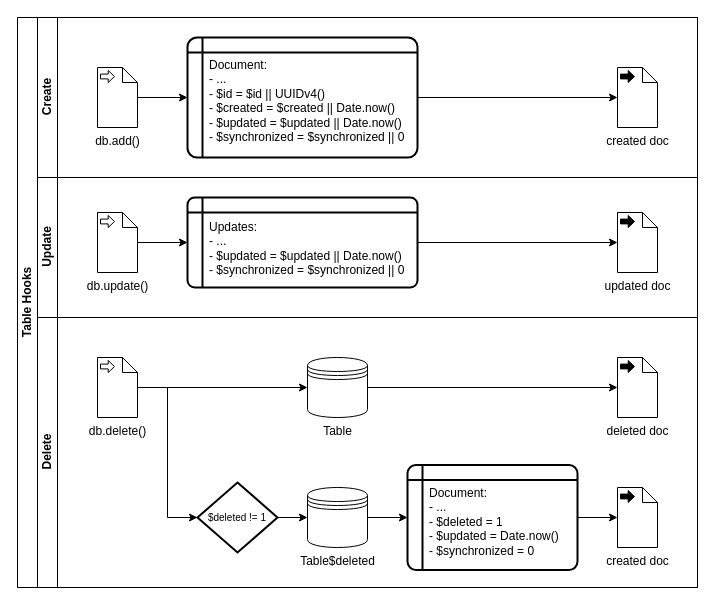
This is flowchart-hooks.drawio from scriptPilot/dexie-mysql-sync, a draw.io file, before an edit. Source tidied: cells renumbered, new cells numbered last; positions are measured from the earlier drawing's top-left corner, leaving out a move shared by most shapes. Both pictures are drawn from the tidied source at 100%, with x=0, y=0 at pixel (17, 17).
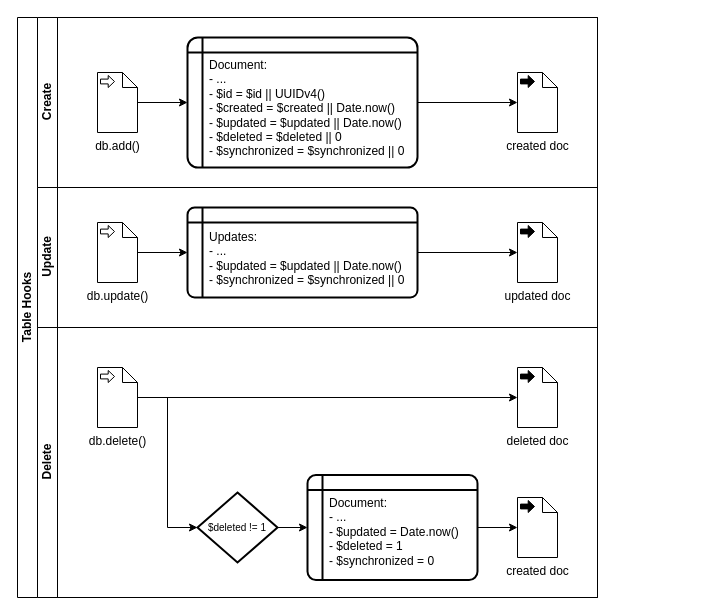
Above is the later version.

Commit message (it also covers changes not shown here):
harmonize code and flowcharts

The change refers to these unchanged cells:
```xml
<mxCell id="17" value="db.delete()" style="shape=mxgraph.bpmn.data;labelPosition=center;verticalLabelPosition=bottom;align=center;verticalAlign=top;size=15;html=1;bpmnTransferType=input;" parent="15" vertex="1">
  <mxGeometry x="60" y="40" width="40" height="60" as="geometry" />
</mxCell>
<mxCell id="25" value="$deleted != 1" style="strokeWidth=2;html=1;shape=mxgraph.flowchart.decision;whiteSpace=wrap;fontSize=10;" parent="15" vertex="1">
  <mxGeometry x="160" y="165" width="80" height="70" as="geometry" />
</mxCell>
```

What changed in the source:
```diff
@@
     <mxCell id="2" value="Table Hooks" style="swimlane;html=1;horizontal=0;startSize=20;whiteSpace=wrap;" parent="1" vertex="1">
-      <mxGeometry width="680" height="570" as="geometry" />
+      <mxGeometry width="580" height="580" as="geometry" />
     </mxCell>
     <mxCell id="3" value="Create" style="swimlane;html=1;startSize=20;horizontal=0;" parent="2" vertex="1">
-      <mxGeometry x="20" width="660" height="160" as="geometry" />
+      <mxGeometry x="20" width="560" height="170" as="geometry" />
     </mxCell>
     <mxCell id="4" value="created doc" style="shape=mxgraph.bpmn.data;labelPosition=center;verticalLabelPosition=bottom;align=center;verticalAlign=top;size=15;html=1;bpmnTransferType=output;" parent="3" vertex="1">
-      <mxGeometry x="580" y="50" width="40" height="60" as="geometry" />
+      <mxGeometry x="480" y="55" width="40" height="60" as="geometry" />
     </mxCell>
@@
     <mxCell id="6" value="db.add()" style="shape=mxgraph.bpmn.data;labelPosition=center;verticalLabelPosition=bottom;align=center;verticalAlign=top;size=15;html=1;bpmnTransferType=input;" parent="3" vertex="1">
-      <mxGeometry x="60" y="50" width="40" height="60" as="geometry" />
+      <mxGeometry x="60" y="55" width="40" height="60" as="geometry" />
     </mxCell>
-    <mxCell id="7" value="Document:&lt;br&gt;- ...&lt;br&gt;- $id = $id || UUIDv4()&lt;br&gt;- $created = $created || Date.now()&lt;br&gt;- $updated = $updated || Date.now()&lt;br&gt;- $synchronized = $synchronized || 0" style="shape=internalStorage;whiteSpace=wrap;html=1;dx=15;dy=15;rounded=1;arcSize=8;strokeWidth=2;spacing=0;verticalAlign=top;spacingTop=16;align=left;spacingLeft=22;" parent="3" vertex="1">
-      <mxGeometry x="150" y="20" width="230" height="120" as="geometry" />
+    <mxCell id="7" value="Document:&lt;br&gt;- ...&lt;br&gt;- $id = $id || UUIDv4()&lt;br&gt;- $created = $created || Date.now()&lt;br&gt;- $updated = $updated || Date.now()&lt;br&gt;- $deleted = $deleted || 0&lt;br&gt;- $synchronized = $synchronized || 0" style="shape=internalStorage;whiteSpace=wrap;html=1;dx=15;dy=15;rounded=1;arcSize=8;strokeWidth=2;spacing=0;verticalAlign=top;spacingTop=16;align=left;spacingLeft=22;" parent="3" vertex="1">
+      <mxGeometry x="150" y="20" width="230" height="130" as="geometry" />
     </mxCell>
@@
     <mxCell id="9" value="Update" style="swimlane;html=1;startSize=20;horizontal=0;" parent="2" vertex="1">
-      <mxGeometry x="20" y="160" width="660" height="140" as="geometry" />
+      <mxGeometry x="20" y="170" width="560" height="140" as="geometry" />
     </mxCell>
     <mxCell id="10" value="updated doc" style="shape=mxgraph.bpmn.data;labelPosition=center;verticalLabelPosition=bottom;align=center;verticalAlign=top;size=15;html=1;bpmnTransferType=output;" parent="9" vertex="1">
-      <mxGeometry x="580" y="35" width="40" height="60" as="geometry" />
+      <mxGeometry x="480" y="35" width="40" height="60" as="geometry" />
     </mxCell>
@@
     <mxCell id="15" value="Delete" style="swimlane;html=1;startSize=20;horizontal=0;" parent="2" vertex="1">
-      <mxGeometry x="20" y="300" width="660" height="270" as="geometry" />
+      <mxGeometry x="20" y="310" width="560" height="270" as="geometry" />
     </mxCell>
-    <mxCell id="16" style="edgeStyle=orthogonalEdgeStyle;rounded=0;jettySize=auto;html=1;" parent="15" edge="1" source="17" target="18">
+    <mxCell id="16" style="edgeStyle=orthogonalEdgeStyle;rounded=0;jettySize=auto;html=1;" parent="15" edge="1" source="17" target="21">
       <mxGeometry relative="1" as="geometry" />
     </mxCell>
@@
-    <mxCell id="18" value="Table" style="shape=datastore;html=1;labelPosition=center;verticalLabelPosition=bottom;align=center;verticalAlign=top;" parent="15" vertex="1">
-      <mxGeometry x="270" y="40" width="60" height="60" as="geometry" />
-    </mxCell>
-    <mxCell id="19" style="edgeStyle=orthogonalEdgeStyle;rounded=0;jettySize=auto;html=1;exitX=1;exitY=0.5;exitDx=0;exitDy=0;entryX=0;entryY=0.5;entryDx=0;entryDy=0;" parent="15" edge="1" source="20" target="23">
-      <mxGeometry relative="1" as="geometry" />
-    </mxCell>
-    <mxCell id="20" value="Table$deleted" style="shape=datastore;html=1;labelPosition=center;verticalLabelPosition=bottom;align=center;verticalAlign=top;" parent="15" vertex="1">
-      <mxGeometry x="270" y="170" width="60" height="60" as="geometry" />
-    </mxCell>
     <mxCell id="21" value="deleted doc" style="shape=mxgraph.bpmn.data;labelPosition=center;verticalLabelPosition=bottom;align=center;verticalAlign=top;size=15;html=1;bpmnTransferType=output;" parent="15" vertex="1">
-      <mxGeometry x="580" y="40" width="40" height="60" as="geometry" />
+      <mxGeometry x="480" y="40" width="40" height="60" as="geometry" />
     </mxCell>
-    <mxCell id="22" style="edgeStyle=orthogonalEdgeStyle;rounded=0;jettySize=auto;html=1;exitX=1;exitY=0.5;exitDx=0;exitDy=0;entryX=0;entryY=0.5;entryDx=0;entryDy=0;entryPerimeter=0;" parent="15" edge="1" source="18" target="21">
-      <mxGeometry relative="1" as="geometry" />
-    </mxCell>
-    <mxCell id="23" value="Document:&lt;br&gt;- ...&lt;br&gt;- $deleted = 1&lt;br&gt;- $updated = Date.now()&lt;br&gt;- $synchronized = 0" style="shape=internalStorage;whiteSpace=wrap;html=1;dx=15;dy=15;rounded=1;arcSize=8;strokeWidth=2;spacing=0;verticalAlign=top;spacingTop=16;align=left;spacingLeft=22;" parent="15" vertex="1">
-      <mxGeometry x="370" y="147.5" width="170" height="105" as="geometry" />
+    <mxCell id="23" value="Document:&lt;br&gt;- ...&lt;br&gt;- $updated = Date.now()&lt;br&gt;- $deleted = 1&lt;br&gt;- $synchronized = 0" style="shape=internalStorage;whiteSpace=wrap;html=1;dx=15;dy=15;rounded=1;arcSize=8;strokeWidth=2;spacing=0;verticalAlign=top;spacingTop=16;align=left;spacingLeft=22;" parent="15" vertex="1">
+      <mxGeometry x="270" y="147.5" width="170" height="105" as="geometry" />
     </mxCell>
-    <mxCell id="24" style="edgeStyle=orthogonalEdgeStyle;rounded=0;jettySize=auto;html=1;exitX=1;exitY=0.5;exitDx=0;exitDy=0;exitPerimeter=0;entryX=0;entryY=0.5;entryDx=0;entryDy=0;" parent="15" edge="1" source="25" target="20">
-      <mxGeometry relative="1" as="geometry" />
-    </mxCell>
+    <mxCell id="29" style="edgeStyle=orthogonalEdgeStyle;rounded=0;jettySize=auto;html=1;" parent="15" edge="1" source="25" target="23">
+      <mxGeometry relative="1" as="geometry" />
+    </mxCell>
@@
-    <mxCell id="27" value="created doc" style="shape=mxgraph.bpmn.data;labelPosition=center;verticalLabelPosition=bottom;align=center;verticalAlign=top;size=15;html=1;bpmnTransferType=output;" parent="1" vertex="1">
-      <mxGeometry x="600" y="470" width="40" height="60" as="geometry" />
+    <mxCell id="27" value="created doc" style="shape=mxgraph.bpmn.data;labelPosition=center;verticalLabelPosition=bottom;align=center;verticalAlign=top;size=15;html=1;bpmnTransferType=output;" parent="15" vertex="1">
+      <mxGeometry x="480" y="170" width="40" height="60" as="geometry" />
     </mxCell>
-    <mxCell id="28" style="edgeStyle=orthogonalEdgeStyle;rounded=0;jettySize=auto;html=1;exitX=1;exitY=0.5;exitDx=0;exitDy=0;entryX=0;entryY=0.5;entryDx=0;entryDy=0;entryPerimeter=0;" parent="1" edge="1" source="23" target="27">
+    <mxCell id="28" style="edgeStyle=orthogonalEdgeStyle;rounded=0;jettySize=auto;html=1;exitX=1;exitY=0.5;exitDx=0;exitDy=0;entryX=0;entryY=0.5;entryDx=0;entryDy=0;entryPerimeter=0;" parent="15" edge="1" source="23" target="27">
       <mxGeometry relative="1" as="geometry" />
     </mxCell>
```
